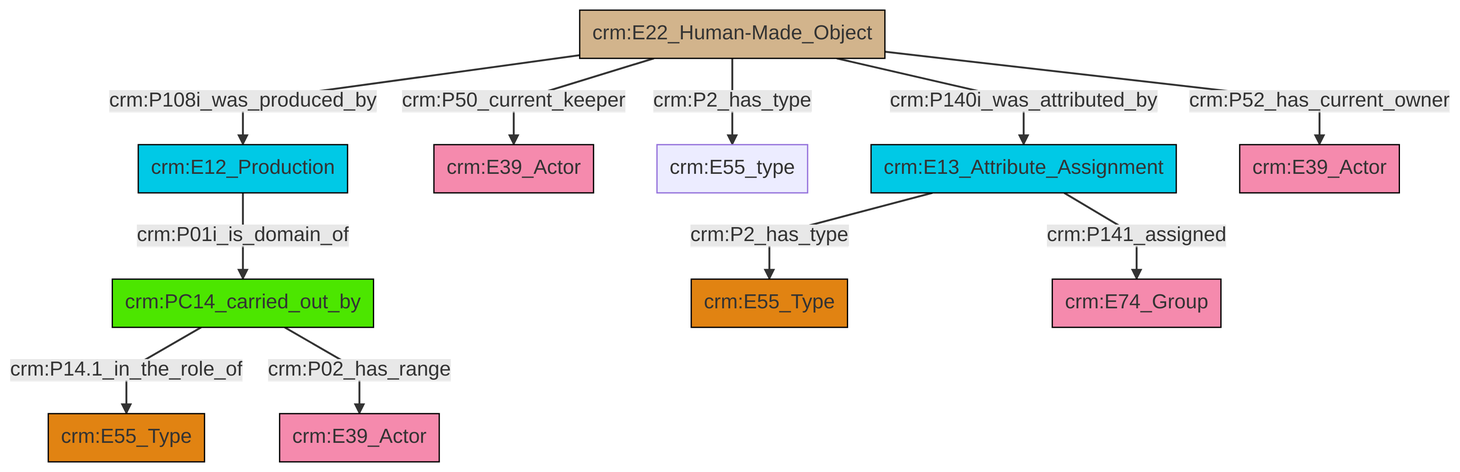
This is et/artworkCSV/ttl/mmd/png/Artwork_Actor_Relations.png from swiss-art-research-net/docs.swissartresearch, a Mermaid export, as it was before one commit. Its source is kept beside it as et/artworkCSV/ttl/mmd/Artwork_Actor_Relations.ttl.mmd.
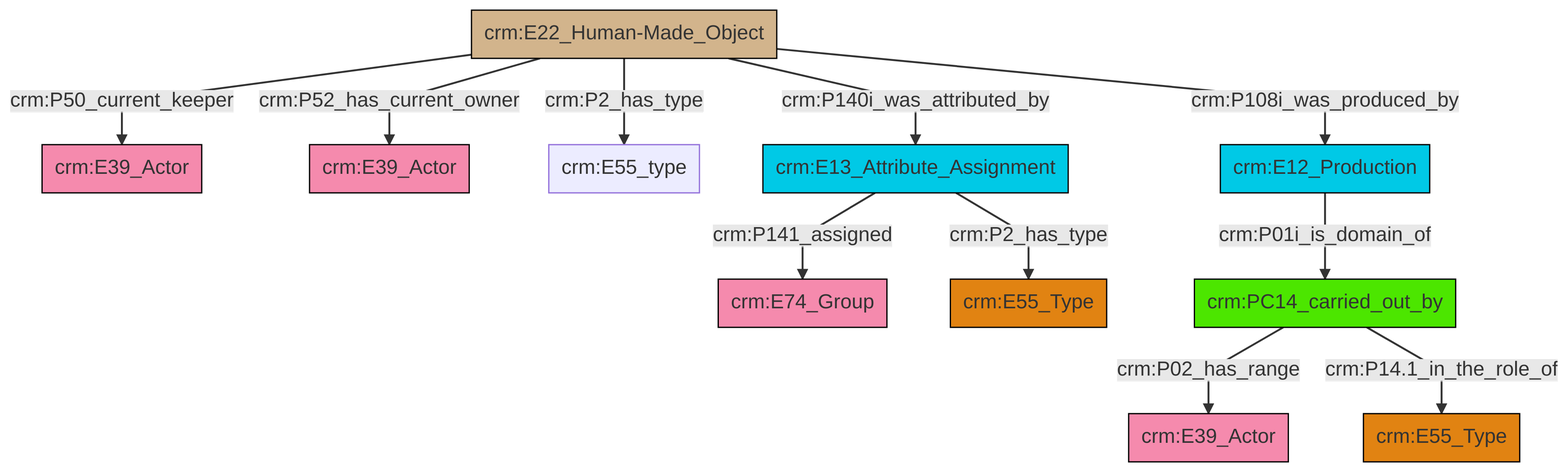
The same file after the commit.

The edit, as a diff of the source:
```diff
@@ -13,13 +13,13 @@
 classDef PC_Classes fill:#4ce600, stroke:#000000;
 classDef Multi fill:#cccccc,stroke:#000000;
 
-0["crm:PC14_carried_out_by"]:::PC_Classes -->|crm:P14.1_in_the_role_of| 1["crm:E55_Type"]:::Type
-2["crm:E13_Attribute_Assignment"]:::Temporal_Entity -->|crm:P2_has_type| 3["crm:E55_Type"]:::Type
-4["crm:E22_Human-Made_Object"]:::Physical_Thing -->|crm:P50_current_keeper| 5["crm:E39_Actor"]:::Actor
-10["crm:E12_Production"]:::Temporal_Entity -->|crm:P01i_is_domain_of| 0["crm:PC14_carried_out_by"]:::PC_Classes
-4["crm:E22_Human-Made_Object"]:::Physical_Thing -->|crm:P108i_was_produced_by| 10["crm:E12_Production"]:::Temporal_Entity
-4["crm:E22_Human-Made_Object"]:::Physical_Thing -->|crm:P2_has_type| 6["crm:E55_type"]:::Default
-4["crm:E22_Human-Made_Object"]:::Physical_Thing -->|crm:P52_has_current_owner| 16["crm:E39_Actor"]:::Actor
-4["crm:E22_Human-Made_Object"]:::Physical_Thing -->|crm:P140i_was_attributed_by| 2["crm:E13_Attribute_Assignment"]:::Temporal_Entity
-0["crm:PC14_carried_out_by"]:::PC_Classes -->|crm:P02_has_range| 13["crm:E39_Actor"]:::Actor
-2["crm:E13_Attribute_Assignment"]:::Temporal_Entity -->|crm:P141_assigned| 8["crm:E74_Group"]:::Actor
+0["crm:E22_Human-Made_Object"]:::Physical_Thing -->|crm:P50_current_keeper| 1["crm:E39_Actor"]:::Actor
+0["crm:E22_Human-Made_Object"]:::Physical_Thing -->|crm:P52_has_current_owner| 2["crm:E39_Actor"]:::Actor
+0["crm:E22_Human-Made_Object"]:::Physical_Thing -->|crm:P2_has_type| 3["crm:E55_type"]:::Default
+4["crm:E13_Attribute_Assignment"]:::Temporal_Entity -->|crm:P141_assigned| 8["crm:E74_Group"]:::Actor
+10["crm:PC14_carried_out_by"]:::PC_Classes -->|crm:P02_has_range| 12["crm:E39_Actor"]:::Actor
+0["crm:E22_Human-Made_Object"]:::Physical_Thing -->|crm:P140i_was_attributed_by| 4["crm:E13_Attribute_Assignment"]:::Temporal_Entity
+4["crm:E13_Attribute_Assignment"]:::Temporal_Entity -->|crm:P2_has_type| 14["crm:E55_Type"]:::Type
+6["crm:E12_Production"]:::Temporal_Entity -->|crm:P01i_is_domain_of| 10["crm:PC14_carried_out_by"]:::PC_Classes
+10["crm:PC14_carried_out_by"]:::PC_Classes -->|crm:P14.1_in_the_role_of| 15["crm:E55_Type"]:::Type
+0["crm:E22_Human-Made_Object"]:::Physical_Thing -->|crm:P108i_was_produced_by| 6["crm:E12_Production"]:::Temporal_Entity
```
